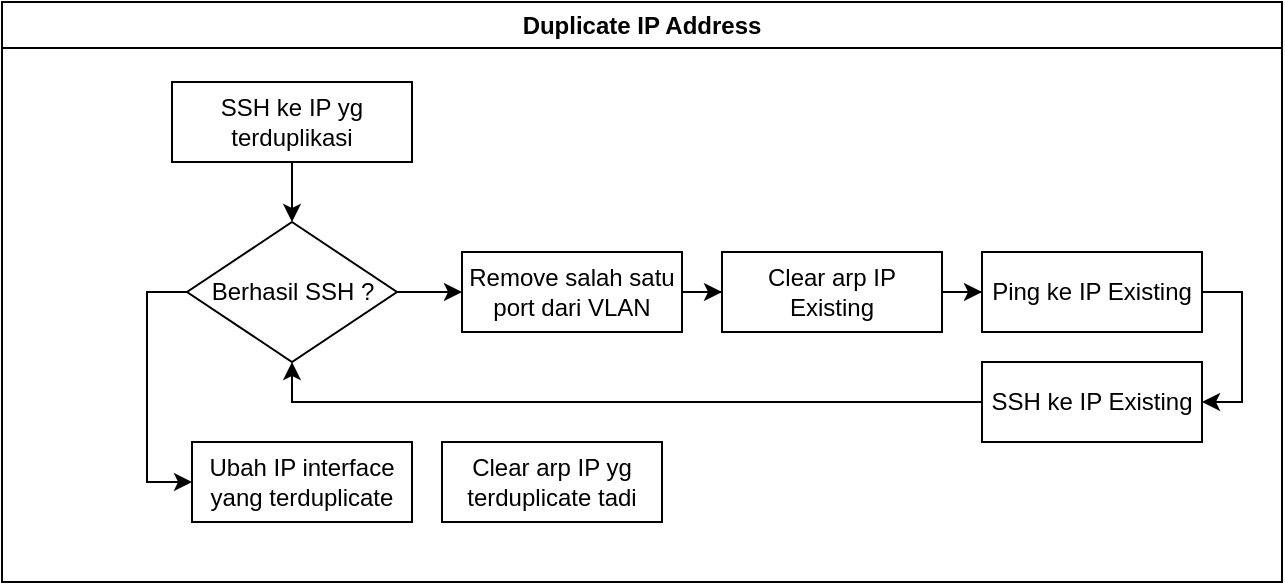
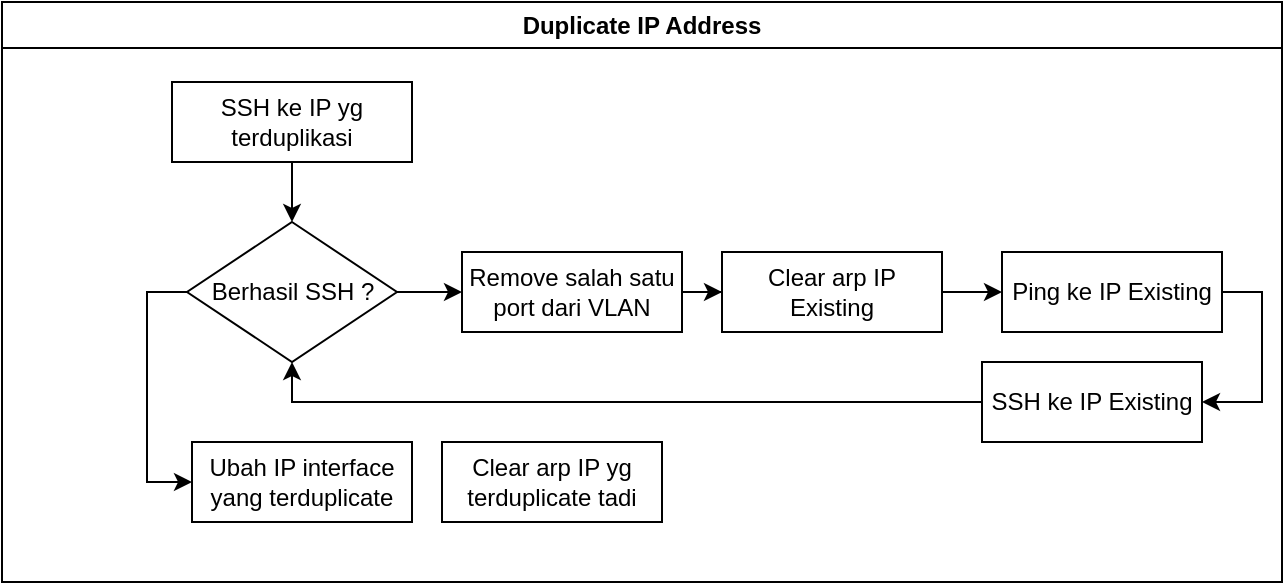
<mxfile host="app.diagrams.net" pages="2">
  <diagram id="IqfTy9Qa5XRMRrwgn1kL" name="Duplicate IP">
    <mxGraphModel dx="766" dy="454" grid="1" gridSize="10" guides="1" tooltips="1" connect="1" arrows="1" fold="1" page="1" pageScale="1" pageWidth="850" pageHeight="1100" math="0" shadow="0">
      <root>
        <mxCell id="0" />
        <mxCell id="1" parent="0" />
        <mxCell id="Bbwd89mPKZ276QW8u6vw-1" parent="1" style="swimlane;whiteSpace=wrap;html=1;" value="Duplicate IP Address" vertex="1">
-           <mxGeometry height="290" width="640" x="450" y="30" as="geometry" />
+           <mxGeometry height="290" width="640" x="440" y="30" as="geometry" />
        </mxCell>
        <mxCell id="Bbwd89mPKZ276QW8u6vw-9" edge="1" parent="Bbwd89mPKZ276QW8u6vw-1" source="Bbwd89mPKZ276QW8u6vw-3" style="edgeStyle=orthogonalEdgeStyle;rounded=0;orthogonalLoop=1;jettySize=auto;html=1;" target="Bbwd89mPKZ276QW8u6vw-6" value="">
          <mxGeometry relative="1" as="geometry" />
        </mxCell>
        <mxCell id="Bbwd89mPKZ276QW8u6vw-3" parent="Bbwd89mPKZ276QW8u6vw-1" style="rounded=0;whiteSpace=wrap;html=1;" value="SSH ke IP yg terduplikasi" vertex="1">
          <mxGeometry height="40" width="120" x="85" y="40" as="geometry" />
        </mxCell>
        <mxCell id="Bbwd89mPKZ276QW8u6vw-8" edge="1" parent="Bbwd89mPKZ276QW8u6vw-1" source="Bbwd89mPKZ276QW8u6vw-6" style="edgeStyle=orthogonalEdgeStyle;rounded=0;orthogonalLoop=1;jettySize=auto;html=1;" target="Bbwd89mPKZ276QW8u6vw-7" value="">
          <mxGeometry relative="1" as="geometry" />
        </mxCell>
        <mxCell id="Bbwd89mPKZ276QW8u6vw-24" edge="1" parent="Bbwd89mPKZ276QW8u6vw-1" source="Bbwd89mPKZ276QW8u6vw-6" style="edgeStyle=orthogonalEdgeStyle;rounded=0;orthogonalLoop=1;jettySize=auto;html=1;exitX=0;exitY=0.5;exitDx=0;exitDy=0;entryX=0;entryY=0.5;entryDx=0;entryDy=0;" target="Bbwd89mPKZ276QW8u6vw-23">
          <mxGeometry relative="1" as="geometry" />
        </mxCell>
        <mxCell id="Bbwd89mPKZ276QW8u6vw-6" parent="Bbwd89mPKZ276QW8u6vw-1" style="rhombus;whiteSpace=wrap;html=1;" value="Berhasil SSH ?" vertex="1">
          <mxGeometry height="70" width="105" x="92.5" y="110" as="geometry" />
        </mxCell>
        <mxCell id="Bbwd89mPKZ276QW8u6vw-13" edge="1" parent="Bbwd89mPKZ276QW8u6vw-1" source="Bbwd89mPKZ276QW8u6vw-7" style="edgeStyle=orthogonalEdgeStyle;rounded=0;orthogonalLoop=1;jettySize=auto;html=1;" target="Bbwd89mPKZ276QW8u6vw-11" value="">
          <mxGeometry relative="1" as="geometry" />
        </mxCell>
        <mxCell id="Bbwd89mPKZ276QW8u6vw-7" parent="Bbwd89mPKZ276QW8u6vw-1" style="rounded=0;whiteSpace=wrap;html=1;" value="Remove salah satu port dari VLAN" vertex="1">
          <mxGeometry height="40" width="110" x="230" y="125" as="geometry" />
        </mxCell>
        <mxCell id="Bbwd89mPKZ276QW8u6vw-11" parent="Bbwd89mPKZ276QW8u6vw-1" style="rounded=0;whiteSpace=wrap;html=1;" value="Clear arp IP Existing" vertex="1">
          <mxGeometry height="40" width="110" x="360" y="125" as="geometry" />
        </mxCell>
        <mxCell id="Bbwd89mPKZ276QW8u6vw-21" edge="1" parent="Bbwd89mPKZ276QW8u6vw-1" source="Bbwd89mPKZ276QW8u6vw-15" style="edgeStyle=orthogonalEdgeStyle;rounded=0;orthogonalLoop=1;jettySize=auto;html=1;exitX=0;exitY=0.5;exitDx=0;exitDy=0;entryX=0.5;entryY=1;entryDx=0;entryDy=0;" target="Bbwd89mPKZ276QW8u6vw-6">
          <mxGeometry relative="1" as="geometry" />
        </mxCell>
        <mxCell id="Bbwd89mPKZ276QW8u6vw-15" parent="Bbwd89mPKZ276QW8u6vw-1" style="rounded=0;whiteSpace=wrap;html=1;" value="SSH ke IP Existing" vertex="1">
          <mxGeometry height="40" width="110" x="490" y="180" as="geometry" />
        </mxCell>
        <mxCell id="Bbwd89mPKZ276QW8u6vw-23" parent="Bbwd89mPKZ276QW8u6vw-1" style="rounded=0;whiteSpace=wrap;html=1;" value="Ubah IP interface yang terduplicate" vertex="1">
          <mxGeometry height="40" width="110" x="95" y="220" as="geometry" />
        </mxCell>
        <mxCell id="Bbwd89mPKZ276QW8u6vw-26" parent="Bbwd89mPKZ276QW8u6vw-1" style="rounded=0;whiteSpace=wrap;html=1;" value="Clear arp IP yg terduplicate tadi" vertex="1">
          <mxGeometry height="40" width="110" x="220" y="220" as="geometry" />
        </mxCell>
        <mxCell id="Bbwd89mPKZ276QW8u6vw-19" edge="1" parent="1" source="Bbwd89mPKZ276QW8u6vw-12" style="edgeStyle=orthogonalEdgeStyle;rounded=0;orthogonalLoop=1;jettySize=auto;html=1;exitX=1;exitY=0.5;exitDx=0;exitDy=0;entryX=1;entryY=0.5;entryDx=0;entryDy=0;" target="Bbwd89mPKZ276QW8u6vw-15">
          <mxGeometry relative="1" as="geometry" />
        </mxCell>
        <mxCell id="Bbwd89mPKZ276QW8u6vw-12" parent="1" style="rounded=0;whiteSpace=wrap;html=1;" value="Ping ke IP Existing" vertex="1">
          <mxGeometry height="40" width="110" x="940" y="155" as="geometry" />
        </mxCell>
        <mxCell id="Bbwd89mPKZ276QW8u6vw-14" edge="1" parent="1" source="Bbwd89mPKZ276QW8u6vw-11" style="edgeStyle=orthogonalEdgeStyle;rounded=0;orthogonalLoop=1;jettySize=auto;html=1;" target="Bbwd89mPKZ276QW8u6vw-12" value="">
          <mxGeometry relative="1" as="geometry" />
        </mxCell>
      </root>
    </mxGraphModel>
  </diagram>
  <diagram name="Checklink Problem" id="9vhfLtuUu_MpJ2AiOVXD">
    <mxGraphModel dx="726" dy="906" grid="1" gridSize="10" guides="1" tooltips="1" connect="1" arrows="1" fold="1" page="1" pageScale="1" pageWidth="850" pageHeight="1100" math="0" shadow="0">
      <root>
        <mxCell id="0" />
        <mxCell id="1" parent="0" />
        <mxCell id="pEuGeytKHn6pjW4NDgE5-2" parent="1" style="swimlane;whiteSpace=wrap;html=1;" value="Checklink Problem" vertex="1">
          <mxGeometry height="350" width="540" x="10" y="10" as="geometry" />
        </mxCell>
        <mxCell id="P1elN6ceBegf7L-zKAY9-7" edge="1" parent="pEuGeytKHn6pjW4NDgE5-2" source="P1elN6ceBegf7L-zKAY9-3" style="edgeStyle=orthogonalEdgeStyle;rounded=0;orthogonalLoop=1;jettySize=auto;html=1;exitX=0.5;exitY=1;exitDx=0;exitDy=0;entryX=0.5;entryY=0;entryDx=0;entryDy=0;" target="P1elN6ceBegf7L-zKAY9-6">
          <mxGeometry relative="1" as="geometry" />
        </mxCell>
        <mxCell id="P1elN6ceBegf7L-zKAY9-3" parent="pEuGeytKHn6pjW4NDgE5-2" style="ellipse;whiteSpace=wrap;html=1;" value="Link Intermitten" vertex="1">
          <mxGeometry height="40" width="120" x="210" y="40" as="geometry" />
        </mxCell>
        <mxCell id="v4keN2X_tolYOajlrL1v-25" edge="1" parent="pEuGeytKHn6pjW4NDgE5-2" source="P1elN6ceBegf7L-zKAY9-6" style="edgeStyle=orthogonalEdgeStyle;rounded=0;orthogonalLoop=1;jettySize=auto;html=1;exitX=0.5;exitY=1;exitDx=0;exitDy=0;entryX=0.5;entryY=0;entryDx=0;entryDy=0;" target="v4keN2X_tolYOajlrL1v-22">
          <mxGeometry relative="1" as="geometry" />
        </mxCell>
        <mxCell id="v4keN2X_tolYOajlrL1v-26" edge="1" parent="pEuGeytKHn6pjW4NDgE5-2" source="P1elN6ceBegf7L-zKAY9-6" style="edgeStyle=orthogonalEdgeStyle;rounded=0;orthogonalLoop=1;jettySize=auto;html=1;exitX=0.5;exitY=1;exitDx=0;exitDy=0;entryX=0.5;entryY=0;entryDx=0;entryDy=0;" target="v4keN2X_tolYOajlrL1v-23">
          <mxGeometry relative="1" as="geometry" />
        </mxCell>
        <mxCell id="v4keN2X_tolYOajlrL1v-27" edge="1" parent="pEuGeytKHn6pjW4NDgE5-2" source="P1elN6ceBegf7L-zKAY9-6" style="edgeStyle=orthogonalEdgeStyle;rounded=0;orthogonalLoop=1;jettySize=auto;html=1;exitX=0.5;exitY=1;exitDx=0;exitDy=0;" target="v4keN2X_tolYOajlrL1v-24">
          <mxGeometry relative="1" as="geometry" />
        </mxCell>
        <mxCell id="P1elN6ceBegf7L-zKAY9-6" parent="pEuGeytKHn6pjW4NDgE5-2" style="rhombus;whiteSpace=wrap;html=1;" value="Jenis router cabang ?" vertex="1">
          <mxGeometry height="60" width="165" x="187.5" y="120" as="geometry" />
        </mxCell>
        <mxCell id="v4keN2X_tolYOajlrL1v-22" parent="pEuGeytKHn6pjW4NDgE5-2" style="shape=process;whiteSpace=wrap;html=1;backgroundOutline=1;" value="WAN Conventional" vertex="1">
          <mxGeometry height="60" width="120" x="52" y="240" as="geometry" />
        </mxCell>
        <mxCell id="v4keN2X_tolYOajlrL1v-23" parent="pEuGeytKHn6pjW4NDgE5-2" style="shape=process;whiteSpace=wrap;html=1;backgroundOutline=1;" value="SDWAN Cisco" vertex="1">
          <mxGeometry height="60" width="120" x="209.5" y="240" as="geometry" />
        </mxCell>
        <mxCell id="v4keN2X_tolYOajlrL1v-24" parent="pEuGeytKHn6pjW4NDgE5-2" style="shape=process;whiteSpace=wrap;html=1;backgroundOutline=1;" value="SDWAN Fortinet" vertex="1">
          <mxGeometry height="60" width="120" x="363" y="240" as="geometry" />
        </mxCell>
        <mxCell id="TYqNpPFM6TGwHHhuPpuI-11" parent="1" style="swimlane;whiteSpace=wrap;html=1;" value="WAN Conventional" vertex="1">
          <mxGeometry height="600" width="1250" x="670" y="90" as="geometry" />
        </mxCell>
        <mxCell id="v4keN2X_tolYOajlrL1v-10" edge="1" parent="TYqNpPFM6TGwHHhuPpuI-11" source="TYqNpPFM6TGwHHhuPpuI-12" style="edgeStyle=orthogonalEdgeStyle;rounded=0;orthogonalLoop=1;jettySize=auto;html=1;exitX=0.5;exitY=1;exitDx=0;exitDy=0;entryX=0.5;entryY=0;entryDx=0;entryDy=0;" target="v4keN2X_tolYOajlrL1v-9">
          <mxGeometry relative="1" as="geometry" />
        </mxCell>
        <mxCell id="TYqNpPFM6TGwHHhuPpuI-12" parent="TYqNpPFM6TGwHHhuPpuI-11" style="rounded=0;whiteSpace=wrap;html=1;" value="Login ke perangkat cabang" vertex="1">
          <mxGeometry height="40" width="120" x="220" y="40" as="geometry" />
        </mxCell>
        <mxCell id="v4keN2X_tolYOajlrL1v-7" edge="1" parent="TYqNpPFM6TGwHHhuPpuI-11" source="v4keN2X_tolYOajlrL1v-5" style="edgeStyle=orthogonalEdgeStyle;rounded=0;orthogonalLoop=1;jettySize=auto;html=1;exitX=0.5;exitY=1;exitDx=0;exitDy=0;" target="pmmJg_nAHrXnhT2FHE6J-1">
          <mxGeometry relative="1" as="geometry" />
        </mxCell>
        <mxCell id="v4keN2X_tolYOajlrL1v-5" parent="TYqNpPFM6TGwHHhuPpuI-11" style="rounded=0;whiteSpace=wrap;html=1;" value="Identifikasi jenis koneksi WAN" vertex="1">
          <mxGeometry height="40" width="120" x="220" y="300" as="geometry" />
        </mxCell>
        <mxCell id="v4keN2X_tolYOajlrL1v-15" edge="1" parent="TYqNpPFM6TGwHHhuPpuI-11" source="pmmJg_nAHrXnhT2FHE6J-1" style="edgeStyle=orthogonalEdgeStyle;rounded=0;orthogonalLoop=1;jettySize=auto;html=1;exitX=1;exitY=0.5;exitDx=0;exitDy=0;entryX=0;entryY=0.5;entryDx=0;entryDy=0;" target="v4keN2X_tolYOajlrL1v-14">
          <mxGeometry relative="1" as="geometry" />
        </mxCell>
        <mxCell id="pmmJg_nAHrXnhT2FHE6J-1" parent="TYqNpPFM6TGwHHhuPpuI-11" style="rhombus;whiteSpace=wrap;html=1;" value="MPLS/Metro-E ?" vertex="1">
          <mxGeometry height="80" width="110" x="225" y="370" as="geometry" />
        </mxCell>
        <mxCell id="v4keN2X_tolYOajlrL1v-11" edge="1" parent="TYqNpPFM6TGwHHhuPpuI-11" source="v4keN2X_tolYOajlrL1v-9" style="edgeStyle=orthogonalEdgeStyle;rounded=0;orthogonalLoop=1;jettySize=auto;html=1;exitX=0.5;exitY=1;exitDx=0;exitDy=0;entryX=0.5;entryY=0;entryDx=0;entryDy=0;" target="TYqNpPFM6TGwHHhuPpuI-13">
          <mxGeometry relative="1" as="geometry" />
        </mxCell>
        <mxCell id="v4keN2X_tolYOajlrL1v-9" parent="TYqNpPFM6TGwHHhuPpuI-11" style="rounded=0;whiteSpace=wrap;html=1;" value="Cek BGP Summary" vertex="1">
          <mxGeometry height="40" width="120" x="220" y="110" as="geometry" />
        </mxCell>
        <mxCell id="v4keN2X_tolYOajlrL1v-12" edge="1" parent="TYqNpPFM6TGwHHhuPpuI-11" source="TYqNpPFM6TGwHHhuPpuI-13" style="edgeStyle=orthogonalEdgeStyle;rounded=0;orthogonalLoop=1;jettySize=auto;html=1;exitX=0.5;exitY=1;exitDx=0;exitDy=0;entryX=0.5;entryY=0;entryDx=0;entryDy=0;" target="v4keN2X_tolYOajlrL1v-5">
          <mxGeometry relative="1" as="geometry" />
        </mxCell>
        <mxCell id="TYqNpPFM6TGwHHhuPpuI-13" parent="TYqNpPFM6TGwHHhuPpuI-11" style="rhombus;whiteSpace=wrap;html=1;" value="BGP Summary lengkap ?" vertex="1">
          <mxGeometry height="90" width="120" x="220" y="180" as="geometry" />
        </mxCell>
        <mxCell id="v4keN2X_tolYOajlrL1v-4" edge="1" parent="TYqNpPFM6TGwHHhuPpuI-11" style="edgeStyle=orthogonalEdgeStyle;rounded=0;orthogonalLoop=1;jettySize=auto;html=1;" target="v4keN2X_tolYOajlrL1v-3" value="">
          <mxGeometry relative="1" as="geometry">
            <mxPoint x="560" y="320" as="sourcePoint" />
          </mxGeometry>
        </mxCell>
        <mxCell id="v4keN2X_tolYOajlrL1v-17" edge="1" parent="TYqNpPFM6TGwHHhuPpuI-11" source="v4keN2X_tolYOajlrL1v-14" style="edgeStyle=orthogonalEdgeStyle;rounded=0;orthogonalLoop=1;jettySize=auto;html=1;exitX=1;exitY=0.5;exitDx=0;exitDy=0;entryX=0;entryY=0.5;entryDx=0;entryDy=0;" target="v4keN2X_tolYOajlrL1v-16">
          <mxGeometry relative="1" as="geometry" />
        </mxCell>
        <mxCell id="v4keN2X_tolYOajlrL1v-14" parent="TYqNpPFM6TGwHHhuPpuI-11" style="rounded=0;whiteSpace=wrap;html=1;" value="Cek konfigurasi BGP" vertex="1">
          <mxGeometry height="40" width="120" x="370" y="390" as="geometry" />
        </mxCell>
        <mxCell id="v4keN2X_tolYOajlrL1v-20" edge="1" parent="TYqNpPFM6TGwHHhuPpuI-11" source="v4keN2X_tolYOajlrL1v-16" style="edgeStyle=orthogonalEdgeStyle;rounded=0;orthogonalLoop=1;jettySize=auto;html=1;exitX=0.5;exitY=1;exitDx=0;exitDy=0;entryX=0.5;entryY=0;entryDx=0;entryDy=0;" target="v4keN2X_tolYOajlrL1v-19">
          <mxGeometry relative="1" as="geometry" />
        </mxCell>
        <mxCell id="v4keN2X_tolYOajlrL1v-16" parent="TYqNpPFM6TGwHHhuPpuI-11" style="rhombus;whiteSpace=wrap;html=1;" value="IP Underlay, Overlay, &amp;amp; Router neighbor ada ?&amp;nbsp;" vertex="1">
          <mxGeometry height="80" width="110" x="530" y="370" as="geometry" />
        </mxCell>
        <mxCell id="v4keN2X_tolYOajlrL1v-19" parent="TYqNpPFM6TGwHHhuPpuI-11" style="rounded=0;whiteSpace=wrap;html=1;" value="Daftarkan neighbor yg belum ada" vertex="1">
          <mxGeometry height="40" width="120" x="525" y="470" as="geometry" />
        </mxCell>
        <mxCell id="TYqNpPFM6TGwHHhuPpuI-65" parent="1" style="swimlane;whiteSpace=wrap;html=1;" value="Pengecekan Sisi Cabang" vertex="1">
          <mxGeometry height="560" width="540" x="10" y="420" as="geometry" />
        </mxCell>
        <mxCell id="fYS8cTILx4h1H9qz6oxb-3" edge="1" parent="TYqNpPFM6TGwHHhuPpuI-65" source="fYS8cTILx4h1H9qz6oxb-1" style="edgeStyle=orthogonalEdgeStyle;rounded=0;orthogonalLoop=1;jettySize=auto;html=1;" target="fYS8cTILx4h1H9qz6oxb-2" value="">
          <mxGeometry relative="1" as="geometry" />
        </mxCell>
        <mxCell id="fYS8cTILx4h1H9qz6oxb-1" parent="TYqNpPFM6TGwHHhuPpuI-65" style="rounded=0;whiteSpace=wrap;html=1;" value="Pemeriksaan layer 1" vertex="1">
          <mxGeometry height="30" width="120" x="210" y="40" as="geometry" />
        </mxCell>
        <mxCell id="fYS8cTILx4h1H9qz6oxb-5" edge="1" parent="TYqNpPFM6TGwHHhuPpuI-65" source="fYS8cTILx4h1H9qz6oxb-2" style="edgeStyle=orthogonalEdgeStyle;rounded=0;orthogonalLoop=1;jettySize=auto;html=1;" target="fYS8cTILx4h1H9qz6oxb-4" value="">
          <mxGeometry relative="1" as="geometry" />
        </mxCell>
        <mxCell id="fYS8cTILx4h1H9qz6oxb-7" edge="1" parent="TYqNpPFM6TGwHHhuPpuI-65" source="fYS8cTILx4h1H9qz6oxb-2" style="edgeStyle=orthogonalEdgeStyle;rounded=0;orthogonalLoop=1;jettySize=auto;html=1;" target="fYS8cTILx4h1H9qz6oxb-6" value="">
          <mxGeometry relative="1" as="geometry" />
        </mxCell>
        <mxCell id="fYS8cTILx4h1H9qz6oxb-2" parent="TYqNpPFM6TGwHHhuPpuI-65" style="rhombus;whiteSpace=wrap;html=1;" value="Angka statistik interface tinggi ?" vertex="1">
          <mxGeometry height="90" width="120" x="210" y="110" as="geometry" />
        </mxCell>
        <mxCell id="fYS8cTILx4h1H9qz6oxb-4" parent="TYqNpPFM6TGwHHhuPpuI-65" style="rounded=0;whiteSpace=wrap;html=1;" value="Hubungi SOW untuk pengecekan kabel fisik" vertex="1">
          <mxGeometry height="45" width="120" x="380" y="132.5" as="geometry" />
        </mxCell>
        <mxCell id="fYS8cTILx4h1H9qz6oxb-6" parent="TYqNpPFM6TGwHHhuPpuI-65" style="rounded=0;whiteSpace=wrap;html=1;" value="Pemeriksaan layer 2" vertex="1">
          <mxGeometry height="30" width="120" x="210" y="230" as="geometry" />
        </mxCell>
        <mxCell id="fYS8cTILx4h1H9qz6oxb-8" parent="TYqNpPFM6TGwHHhuPpuI-65" style="rounded=0;whiteSpace=wrap;html=1;" value="Pemeriksaan layer 3" vertex="1">
          <mxGeometry height="30" width="120" x="210" y="310" as="geometry" />
        </mxCell>
        <mxCell id="fYS8cTILx4h1H9qz6oxb-11" parent="TYqNpPFM6TGwHHhuPpuI-65" style="rounded=0;whiteSpace=wrap;html=1;" value="Ubah ip sesuai data tabel" vertex="1">
          <mxGeometry height="30" width="120" x="380" y="395" as="geometry" />
        </mxCell>
        <mxCell id="fYS8cTILx4h1H9qz6oxb-12" edge="1" parent="TYqNpPFM6TGwHHhuPpuI-65" source="fYS8cTILx4h1H9qz6oxb-9" style="edgeStyle=orthogonalEdgeStyle;rounded=0;orthogonalLoop=1;jettySize=auto;html=1;" target="fYS8cTILx4h1H9qz6oxb-11" value="">
          <mxGeometry relative="1" as="geometry" />
        </mxCell>
        <mxCell id="pmmJg_nAHrXnhT2FHE6J-10" edge="1" parent="TYqNpPFM6TGwHHhuPpuI-65" source="fYS8cTILx4h1H9qz6oxb-9" style="edgeStyle=orthogonalEdgeStyle;rounded=0;orthogonalLoop=1;jettySize=auto;html=1;exitX=0.5;exitY=1;exitDx=0;exitDy=0;entryX=0.5;entryY=0;entryDx=0;entryDy=0;" target="pmmJg_nAHrXnhT2FHE6J-9">
          <mxGeometry relative="1" as="geometry" />
        </mxCell>
        <mxCell id="fYS8cTILx4h1H9qz6oxb-9" parent="TYqNpPFM6TGwHHhuPpuI-65" style="rhombus;whiteSpace=wrap;html=1;" value="Terdapat perubahan ip di int link provider ?" vertex="1">
          <mxGeometry height="80" width="125" x="207.5" y="370" as="geometry" />
        </mxCell>
        <mxCell id="fYS8cTILx4h1H9qz6oxb-10" edge="1" parent="TYqNpPFM6TGwHHhuPpuI-65" source="fYS8cTILx4h1H9qz6oxb-8" style="edgeStyle=orthogonalEdgeStyle;rounded=0;orthogonalLoop=1;jettySize=auto;html=1;" target="fYS8cTILx4h1H9qz6oxb-9" value="">
          <mxGeometry relative="1" as="geometry" />
        </mxCell>
        <mxCell id="pmmJg_nAHrXnhT2FHE6J-9" parent="TYqNpPFM6TGwHHhuPpuI-65" style="rounded=0;whiteSpace=wrap;html=1;" value="Cek konfigurasi route-map &amp;amp; prefix-list" vertex="1">
          <mxGeometry height="30" width="130" x="205" y="480" as="geometry" />
        </mxCell>
        <mxCell id="TYqNpPFM6TGwHHhuPpuI-23" edge="1" parent="1" source="TYqNpPFM6TGwHHhuPpuI-19" style="edgeStyle=orthogonalEdgeStyle;rounded=0;orthogonalLoop=1;jettySize=auto;html=1;" target="TYqNpPFM6TGwHHhuPpuI-22" value="">
          <mxGeometry relative="1" as="geometry" />
        </mxCell>
        <mxCell id="TYqNpPFM6TGwHHhuPpuI-34" edge="1" parent="1" source="TYqNpPFM6TGwHHhuPpuI-19" style="edgeStyle=orthogonalEdgeStyle;rounded=0;orthogonalLoop=1;jettySize=auto;html=1;exitX=0;exitY=0.5;exitDx=0;exitDy=0;entryX=1;entryY=0.5;entryDx=0;entryDy=0;" target="TYqNpPFM6TGwHHhuPpuI-33">
          <mxGeometry relative="1" as="geometry" />
        </mxCell>
        <mxCell id="TYqNpPFM6TGwHHhuPpuI-19" parent="1" style="rhombus;whiteSpace=wrap;html=1;" value="Koneksi cabang dan Provider Edge baik ?" vertex="1">
          <mxGeometry height="90" width="120" x="1359" y="802" as="geometry" />
        </mxCell>
        <mxCell id="TYqNpPFM6TGwHHhuPpuI-22" parent="1" style="rhombus;whiteSpace=wrap;html=1;" value="Koneksi PE di DC dan IPsec baik ?" vertex="1">
          <mxGeometry height="90" width="120" x="1529" y="802" as="geometry" />
        </mxCell>
        <mxCell id="TYqNpPFM6TGwHHhuPpuI-24" parent="1" style="rounded=0;whiteSpace=wrap;html=1;" value="Follow up ke Provider" vertex="1">
          <mxGeometry height="40" width="130" x="1524" y="922" as="geometry" />
        </mxCell>
        <mxCell id="TYqNpPFM6TGwHHhuPpuI-25" edge="1" parent="1" source="TYqNpPFM6TGwHHhuPpuI-22" style="edgeStyle=orthogonalEdgeStyle;rounded=0;orthogonalLoop=1;jettySize=auto;html=1;exitX=0.5;exitY=1;exitDx=0;exitDy=0;entryX=0.5;entryY=0;entryDx=0;entryDy=0;" target="TYqNpPFM6TGwHHhuPpuI-24">
          <mxGeometry relative="1" as="geometry" />
        </mxCell>
        <mxCell id="pmmJg_nAHrXnhT2FHE6J-8" edge="1" parent="1" source="TYqNpPFM6TGwHHhuPpuI-26" style="edgeStyle=orthogonalEdgeStyle;rounded=0;orthogonalLoop=1;jettySize=auto;html=1;exitX=1;exitY=0.5;exitDx=0;exitDy=0;entryX=0;entryY=0.5;entryDx=0;entryDy=0;" target="pmmJg_nAHrXnhT2FHE6J-7">
          <mxGeometry relative="1" as="geometry" />
        </mxCell>
        <mxCell id="TYqNpPFM6TGwHHhuPpuI-26" parent="1" style="rhombus;whiteSpace=wrap;html=1;" value="Koneksi tunnel DC ke cabang baik ?" vertex="1">
          <mxGeometry height="90" width="120" x="1689" y="802" as="geometry" />
        </mxCell>
        <mxCell id="TYqNpPFM6TGwHHhuPpuI-27" edge="1" parent="1" source="TYqNpPFM6TGwHHhuPpuI-22" style="edgeStyle=orthogonalEdgeStyle;rounded=0;orthogonalLoop=1;jettySize=auto;html=1;" target="TYqNpPFM6TGwHHhuPpuI-26" value="">
          <mxGeometry relative="1" as="geometry" />
        </mxCell>
        <mxCell id="TYqNpPFM6TGwHHhuPpuI-28" parent="1" style="rounded=0;whiteSpace=wrap;html=1;" value="Cek Konfigurasi Tunnel" vertex="1">
          <mxGeometry height="40" width="130" x="1684" y="922" as="geometry" />
        </mxCell>
        <mxCell id="TYqNpPFM6TGwHHhuPpuI-29" edge="1" parent="1" source="TYqNpPFM6TGwHHhuPpuI-26" style="edgeStyle=orthogonalEdgeStyle;rounded=0;orthogonalLoop=1;jettySize=auto;html=1;exitX=0.5;exitY=1;exitDx=0;exitDy=0;entryX=0.5;entryY=0;entryDx=0;entryDy=0;" target="TYqNpPFM6TGwHHhuPpuI-28">
          <mxGeometry relative="1" as="geometry" />
        </mxCell>
        <mxCell id="TYqNpPFM6TGwHHhuPpuI-37" parent="1" style="text;html=1;whiteSpace=wrap;strokeColor=none;fillColor=none;align=center;verticalAlign=middle;rounded=0;" value="status bgp active/idle" vertex="1">
          <mxGeometry height="20" width="97" x="1427" y="772" as="geometry" />
        </mxCell>
        <mxCell id="TYqNpPFM6TGwHHhuPpuI-38" parent="1" style="text;html=1;whiteSpace=wrap;strokeColor=none;fillColor=none;align=center;verticalAlign=middle;rounded=0;" value="Tidak" vertex="1">
          <mxGeometry height="20" width="50" x="1309" y="832" as="geometry" />
        </mxCell>
        <mxCell id="TYqNpPFM6TGwHHhuPpuI-40" parent="1" style="text;html=1;whiteSpace=wrap;strokeColor=none;fillColor=none;align=center;verticalAlign=middle;rounded=0;" value="Ya" vertex="1">
          <mxGeometry height="20" width="50" x="1469" y="830" as="geometry" />
        </mxCell>
        <mxCell id="TYqNpPFM6TGwHHhuPpuI-41" parent="1" style="text;html=1;whiteSpace=wrap;strokeColor=none;fillColor=none;align=center;verticalAlign=middle;rounded=0;" value="Ya" vertex="1">
          <mxGeometry height="20" width="50" x="1639" y="830" as="geometry" />
        </mxCell>
        <mxCell id="TYqNpPFM6TGwHHhuPpuI-33" parent="1" style="shape=process;whiteSpace=wrap;html=1;backgroundOutline=1;" value="Pengecekan sisi Cabang" vertex="1">
          <mxGeometry height="60" width="120" x="1169" y="817" as="geometry" />
        </mxCell>
        <mxCell id="pmmJg_nAHrXnhT2FHE6J-7" parent="1" style="ellipse;whiteSpace=wrap;html=1;" value="Selesai" vertex="1">
          <mxGeometry height="40" width="70" x="1859" y="827" as="geometry" />
        </mxCell>
        <mxCell id="v4keN2X_tolYOajlrL1v-21" parent="1" style="text;html=1;whiteSpace=wrap;strokeColor=none;fillColor=none;align=center;verticalAlign=middle;rounded=0;" value="Metro" vertex="1">
          <mxGeometry height="30" width="60" x="970" y="450" as="geometry" />
        </mxCell>
      </root>
    </mxGraphModel>
  </diagram>
</mxfile>
